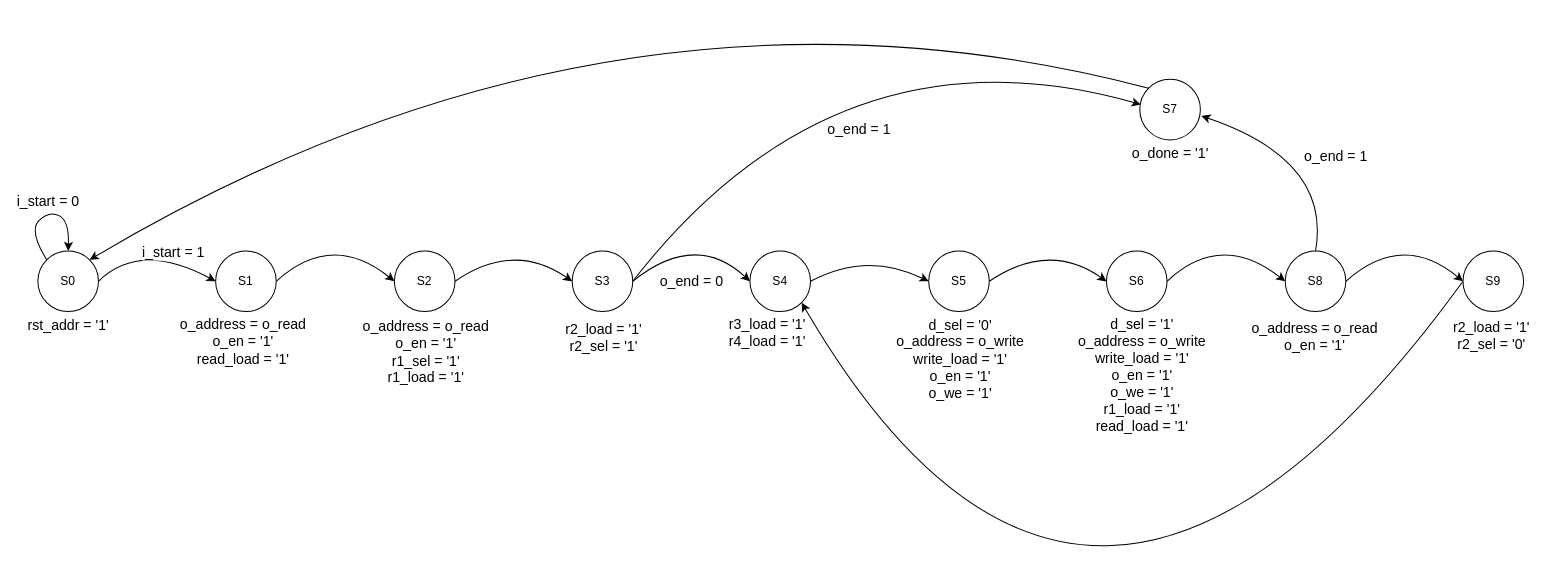
gianmarcod/progettoRTL keeps this draw.io diagram as fsm.drawio. Above is the earlier version. Source tidied: cells renumbered, new cells numbered last; positions are measured from the earlier drawing's top-left corner, leaving out a move shared by most shapes. Both pictures are drawn from the tidied source at 101%, with x=0, y=0 at pixel (17, -53).
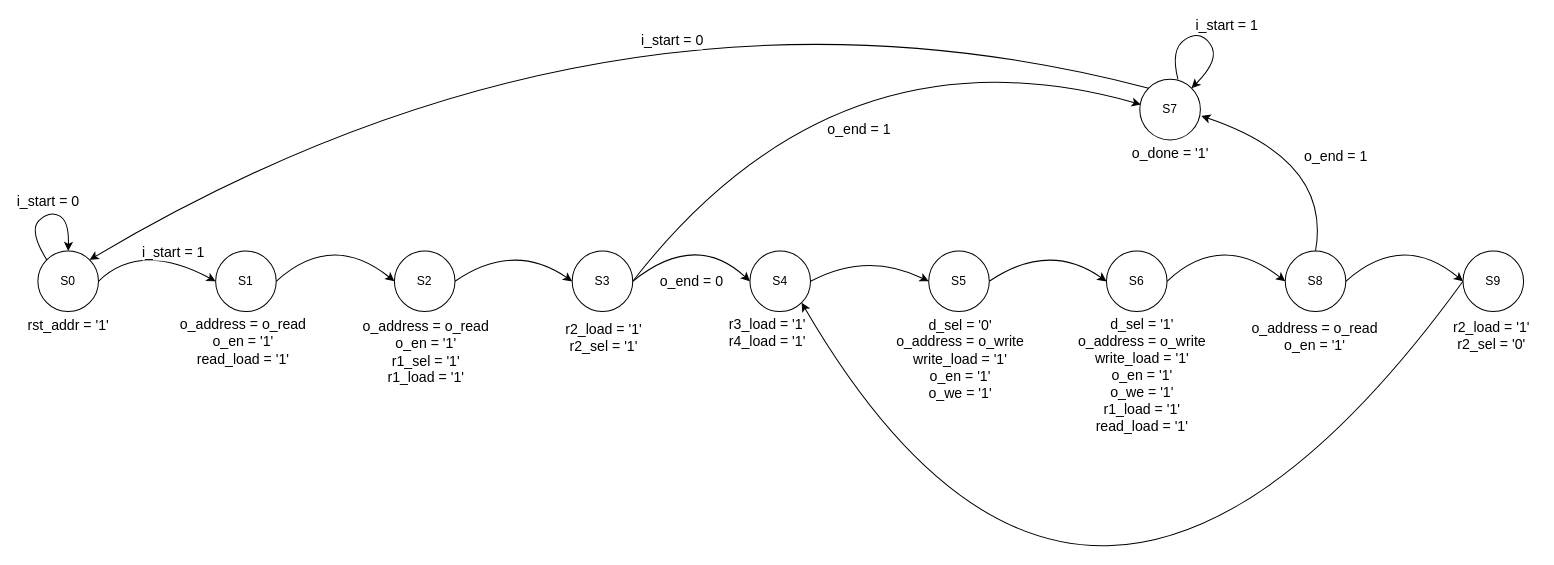
The same diagram, later.

The change refers to these unchanged cells:
```xml
<mxCell id="16" value="S7" style="ellipse;whiteSpace=wrap;html=1;" parent="1" vertex="1">
  <mxGeometry x="1111" y="130" width="60" height="60" as="geometry" />
</mxCell>
<mxCell id="39" style="curved=1;endArrow=classic;html=1;rounded=0;fontSize=14;entryX=1;entryY=0;entryDx=0;entryDy=0;exitX=0;exitY=0;exitDx=0;exitDy=0;" parent="1" edge="1" source="16" target="3">
  <mxGeometry relative="1" as="geometry">
    <Array as="points">
      <mxPoint x="591" />
    </Array>
  </mxGeometry>
</mxCell>
```

Change to the diagram source:
```diff
@@
+    <mxCell id="40" value="i_start = 0" style="edgeLabel;html=1;align=center;verticalAlign=middle;fontSize=14;" parent="39" vertex="1">
+      <mxGeometry x="-0.19" y="84" relative="1" as="geometry">
+        <mxPoint y="-10" as="offset" />
+      </mxGeometry>
+    </mxCell>
+    <mxCell id="41" style="curved=1;endArrow=classic;html=1;rounded=0;fontSize=14;exitX=0;exitY=0;exitDx=0;exitDy=0;entryX=1;entryY=0;entryDx=0;entryDy=0;" parent="1" edge="1" target="16">
+      <mxGeometry relative="1" as="geometry">
+        <mxPoint x="1148.8" y="130" as="sourcePoint" />
+        <Array as="points">
+          <mxPoint x="1141" y="100" />
+          <mxPoint x="1171" y="81" />
+          <mxPoint x="1191" y="110" />
+        </Array>
+      </mxGeometry>
+    </mxCell>
+    <mxCell id="42" value="i_start = 1" style="edgeLabel;html=1;align=center;verticalAlign=middle;fontSize=14;" parent="41" vertex="1">
+      <mxGeometry x="-0.31" y="-13" relative="1" as="geometry">
+        <mxPoint x="33" y="-25" as="offset" />
+      </mxGeometry>
+    </mxCell>
```
